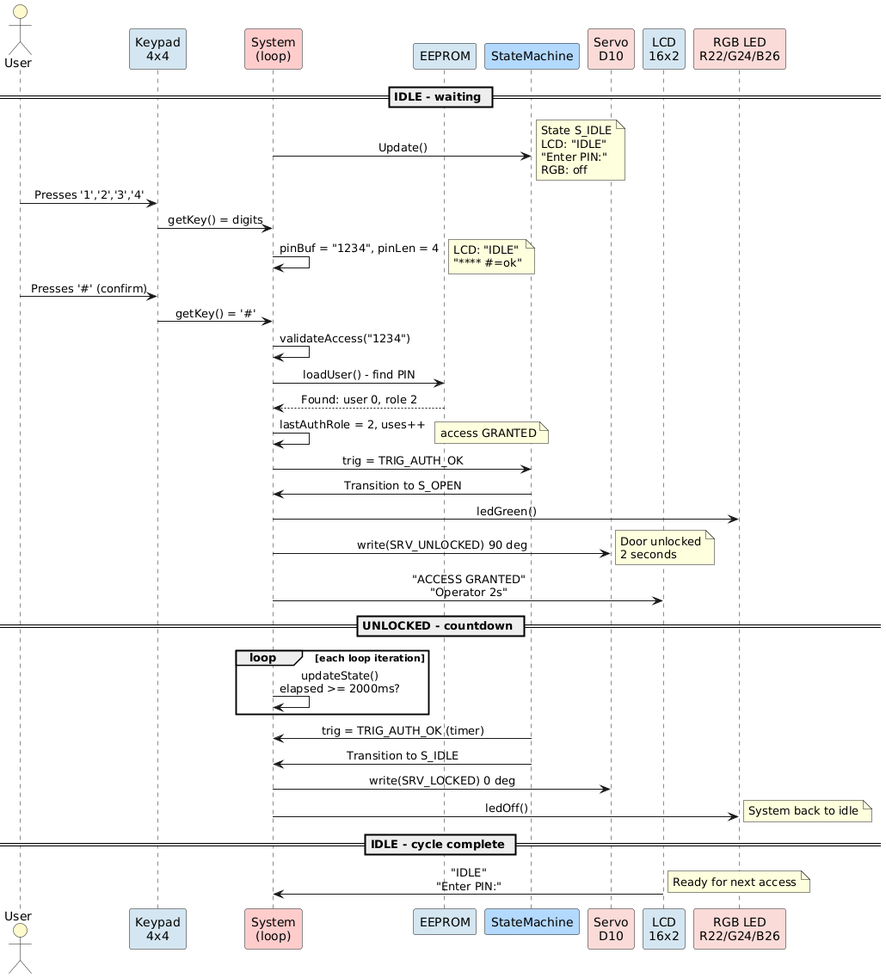
Above: docs/UML/SuccessfulEntry.png in FernandoMulato/Final-Arduino-Project (PlantUML), before the change.
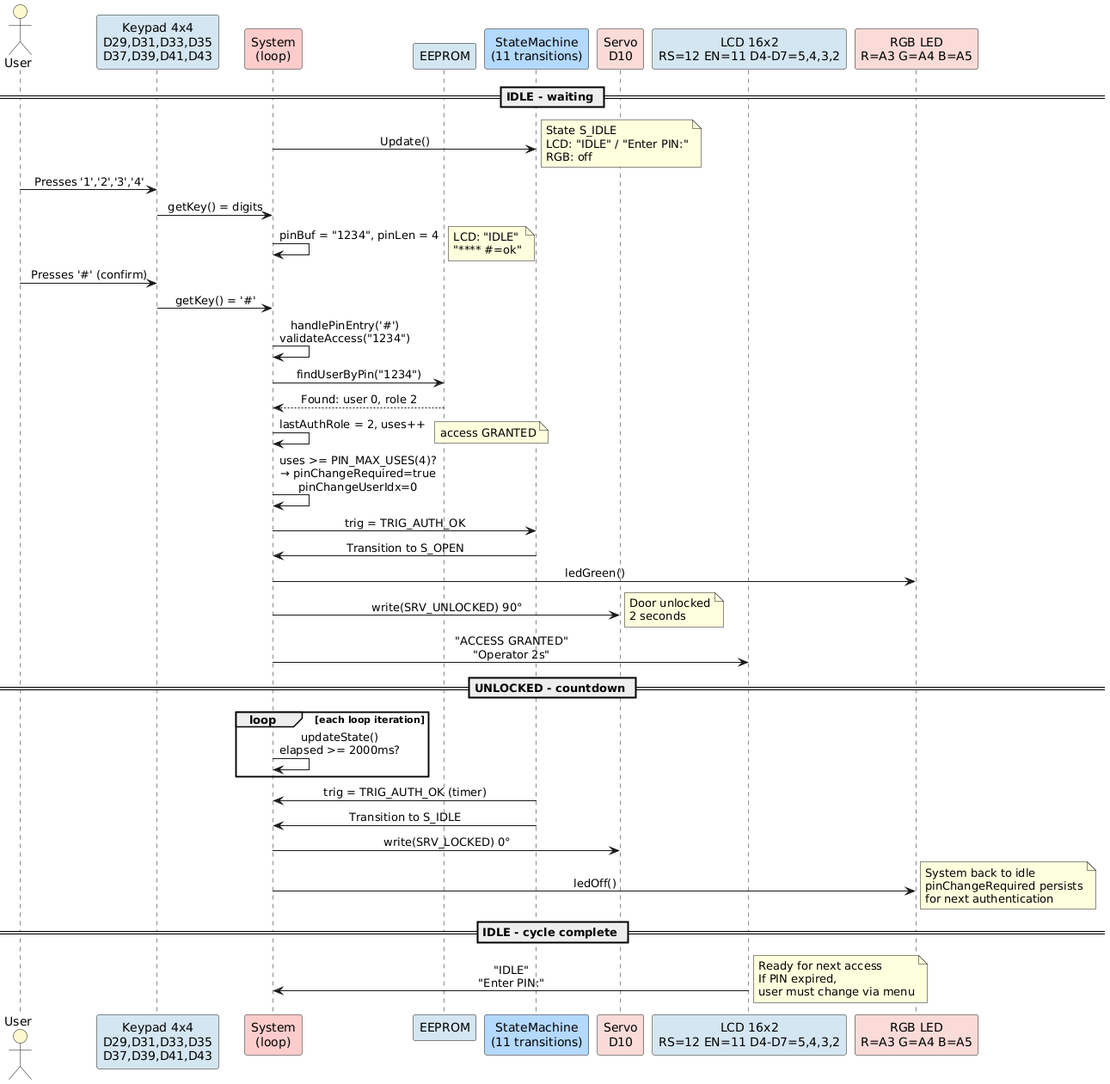
After the change.

Change to the diagram source:
```diff
@@ -5,17 +5,17 @@
 skinparam sequenceMessageAlign center
 
 actor "User" as USR #FFFACD
-participant "Keypad\n4x4" as KPD #D4E6F1
+participant "Keypad 4x4\nD29,D31,D33,D35\nD37,D39,D41,D43" as KPD #D4E6F1
 participant "System\n(loop)" as SYS #FFCCCC
 participant "EEPROM" as EEP #D4E6F1
-participant "StateMachine" as FSM #B3D9FF
+participant "StateMachine\n(11 transitions)" as FSM #B3D9FF
 participant "Servo\nD10" as SRV #FADBD8
-participant "LCD\n16x2" as LCD #D4E6F1
-participant "RGB LED\nR22/G24/B26" as RGB #FADBD8
+participant "LCD 16x2\nRS=12 EN=11 D4-D7=5,4,3,2" as LCD #D4E6F1
+participant "RGB LED\nR=A3 G=A4 B=A5" as RGB #FADBD8
 
 == IDLE - waiting ==
 SYS -> FSM: Update()
-note right: State S_IDLE\nLCD: "IDLE"\n"Enter PIN:"\nRGB: off
+note right: State S_IDLE\nLCD: "IDLE" / "Enter PIN:"\nRGB: off
 
 USR -> KPD: Presses '1','2','3','4'
 KPD -> SYS: getKey() = digits
@@ -24,16 +24,17 @@
 
 USR -> KPD: Presses '#' (confirm)
 KPD -> SYS: getKey() = '#'
-SYS -> SYS: validateAccess("1234")
-SYS -> EEP: loadUser() - find PIN
+SYS -> SYS: handlePinEntry('#')\nvalidateAccess("1234")
+SYS -> EEP: findUserByPin("1234")
 EEP --> SYS: Found: user 0, role 2
 SYS -> SYS: lastAuthRole = 2, uses++
 note right: access GRANTED
+SYS -> SYS: uses >= PIN_MAX_USES(4)?\n→ pinChangeRequired=true\npinChangeUserIdx=0
 
 SYS -> FSM: trig = TRIG_AUTH_OK
 FSM -> SYS: Transition to S_OPEN
 SYS -> RGB: ledGreen()
-SYS -> SRV: write(SRV_UNLOCKED) 90 deg
+SYS -> SRV: write(SRV_UNLOCKED) 90°
 note right: Door unlocked\n2 seconds
 SYS -> LCD: "ACCESS GRANTED"\n"Operator 2s"
 
@@ -44,12 +45,12 @@
 
 FSM -> SYS: trig = TRIG_AUTH_OK (timer)
 FSM -> SYS: Transition to S_IDLE
-SYS -> SRV: write(SRV_LOCKED) 0 deg
+SYS -> SRV: write(SRV_LOCKED) 0°
 SYS -> RGB: ledOff()
-note right: System back to idle
+note right: System back to idle\npinChangeRequired persists\nfor next authentication
 
 == IDLE - cycle complete ==
 LCD -> SYS: "IDLE"\n"Enter PIN:"
-note right: Ready for next access
+note right: Ready for next access\nIf PIN expired,\nuser must change via menu
 
 @enduml
```
